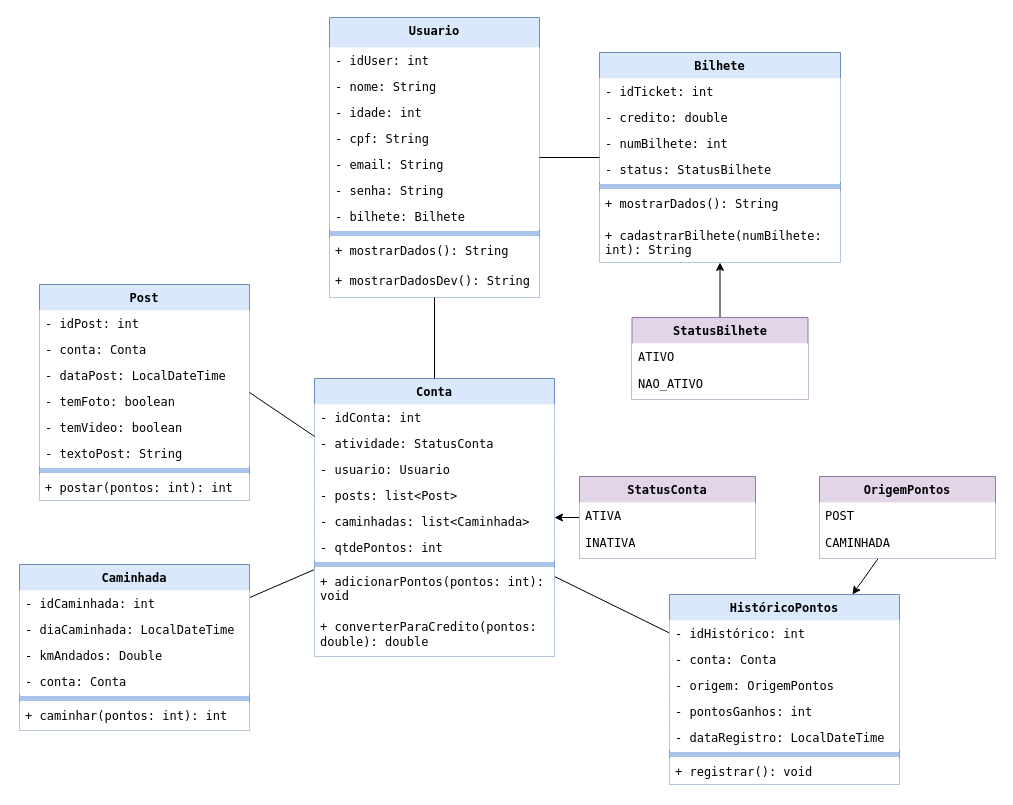
Before: soulpass_project/java_soulpass_diagram.drawio in SoulPass-1TDSPJ/java_soulpass, a draw.io diagram. Source tidied: cells renumbered, new cells numbered last; positions are measured from the earlier drawing's top-left corner, leaving out a move shared by most shapes. Both pictures are drawn from the tidied source at 100%, with x=0, y=0 at pixel (19, 17).
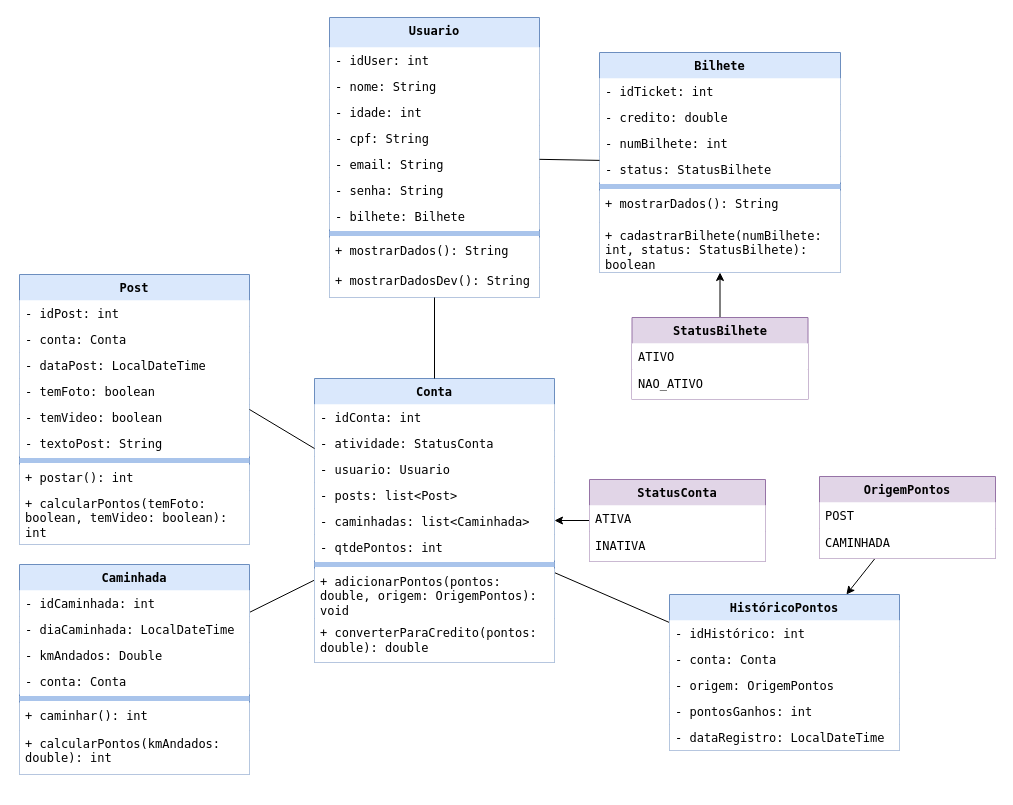
The same page after the edit.

Commit message:
docs: corrigido o diagrama de classes, já que alguns métodos não eram correspondentes ao sistema

What changed in the source:
```diff
@@
     <mxCell id="15" value="Conta" style="swimlane;fontStyle=1;align=center;verticalAlign=top;horizontal=1;startSize=26;whiteSpace=wrap;html=1;fillColor=#dae8fc;strokeColor=#6c8ebf;shadow=0;swimlaneLine=0;rounded=0;fontColor=#000000;fontFamily=Lucida Console;" parent="1" vertex="1">
-      <mxGeometry x="295" y="361" width="240" height="278" as="geometry" />
+      <mxGeometry x="295" y="361" width="240" height="284" as="geometry" />
     </mxCell>
@@
-    <mxCell id="23" value="+ adicionarPontos(pontos: int): void" style="text;strokeColor=none;fillColor=#FFFFFF;align=left;verticalAlign=top;spacingLeft=4;spacingRight=4;overflow=hidden;whiteSpace=wrap;html=1;fontColor=#000000;fontFamily=Lucida Console;" parent="15" vertex="1">
-      <mxGeometry y="190" width="240" height="44" as="geometry" />
+    <mxCell id="23" value="+ adicionarPontos(pontos: double, origem: OrigemPontos): void" style="text;strokeColor=none;fillColor=#FFFFFF;align=left;verticalAlign=top;spacingLeft=4;spacingRight=4;overflow=hidden;whiteSpace=wrap;html=1;fontColor=#000000;fontFamily=Lucida Console;" parent="15" vertex="1">
+      <mxGeometry y="190" width="240" height="50" as="geometry" />
     </mxCell>
     <mxCell id="24" value="+ converterParaCredito(pontos: double): double" style="text;strokeColor=none;fillColor=#FFFFFF;align=left;verticalAlign=middle;spacingLeft=4;spacingRight=4;overflow=hidden;whiteSpace=wrap;html=1;fontColor=#000000;fontFamily=Lucida Console;" parent="15" vertex="1">
-      <mxGeometry y="234" width="240" height="44" as="geometry" />
+      <mxGeometry y="240" width="240" height="44" as="geometry" />
     </mxCell>
@@
     <mxCell id="29" value="Bilhete" style="swimlane;fontStyle=1;align=center;verticalAlign=top;horizontal=1;startSize=26;whiteSpace=wrap;html=1;fillColor=#dae8fc;strokeColor=#6c8ebf;rounded=0;swimlaneLine=0;fontColor=#000000;fontFamily=Lucida Console;" parent="1" vertex="1">
-      <mxGeometry x="580" y="35" width="241" height="210" as="geometry" />
+      <mxGeometry x="580" y="35" width="241" height="220" as="geometry" />
     </mxCell>
@@
-    <mxCell id="36" value="+ cadastrarBilhete(numBilhete: int): String" style="text;strokeColor=none;fillColor=default;align=left;verticalAlign=top;spacingLeft=4;spacingRight=4;overflow=hidden;whiteSpace=wrap;html=1;fontFamily=Lucida Console;fontColor=#000000;" parent="29" vertex="1">
-      <mxGeometry y="170" width="241" height="40" as="geometry" />
+    <mxCell id="36" value="+ cadastrarBilhete(numBilhete: int, status: StatusBilhete): boolean" style="text;strokeColor=none;fillColor=default;align=left;verticalAlign=top;spacingLeft=4;spacingRight=4;overflow=hidden;whiteSpace=wrap;html=1;fontFamily=Lucida Console;fontColor=#000000;" parent="29" vertex="1">
+      <mxGeometry y="170" width="241" height="50" as="geometry" />
     </mxCell>
@@
     <mxCell id="39" value="Post" style="swimlane;fontStyle=1;align=center;verticalAlign=top;horizontal=1;startSize=26;whiteSpace=wrap;html=1;fillColor=#dae8fc;strokeColor=#6c8ebf;shadow=0;swimlaneLine=0;rounded=0;fontColor=#000000;fontFamily=Lucida Console;" parent="1" vertex="1">
-      <mxGeometry x="20" y="267" width="210" height="216" as="geometry" />
+      <mxGeometry y="257" width="230" height="270" as="geometry" />
     </mxCell>
     <mxCell id="40" value="- idPost: int" style="text;align=left;verticalAlign=top;spacingLeft=4;spacingRight=4;overflow=hidden;whiteSpace=wrap;html=1;glass=0;fillColor=#FFFFFF;fontColor=#000000;strokeColor=none;fontFamily=Lucida Console;" parent="39" vertex="1">
-      <mxGeometry y="26" width="210" height="26" as="geometry" />
+      <mxGeometry y="26" width="230" height="26" as="geometry" />
     </mxCell>
     <mxCell id="41" value="- conta: Conta" style="text;align=left;verticalAlign=top;spacingLeft=4;spacingRight=4;overflow=hidden;whiteSpace=wrap;html=1;glass=0;fillColor=#FFFFFF;fontColor=#000000;strokeColor=none;fontFamily=Lucida Console;" parent="39" vertex="1">
-      <mxGeometry y="52" width="210" height="26" as="geometry" />
+      <mxGeometry y="52" width="230" height="26" as="geometry" />
     </mxCell>
     <mxCell id="42" value="- dataPost: LocalDateTime" style="text;align=left;verticalAlign=top;spacingLeft=4;spacingRight=4;overflow=hidden;whiteSpace=wrap;html=1;glass=0;fillColor=#FFFFFF;fontColor=#000000;strokeColor=none;fontFamily=Lucida Console;" parent="39" vertex="1">
-      <mxGeometry y="78" width="210" height="26" as="geometry" />
+      <mxGeometry y="78" width="230" height="26" as="geometry" />
     </mxCell>
     <mxCell id="43" value="- temFoto: boolean" style="text;strokeColor=none;fillColor=#FFFFFF;align=left;verticalAlign=top;spacingLeft=4;spacingRight=4;overflow=hidden;whiteSpace=wrap;html=1;fontColor=#000000;fontFamily=Lucida Console;" parent="39" vertex="1">
-      <mxGeometry y="104" width="210" height="26" as="geometry" />
+      <mxGeometry y="104" width="230" height="26" as="geometry" />
     </mxCell>
     <mxCell id="44" value="- temVideo: boolean" style="text;strokeColor=none;fillColor=#FFFFFF;align=left;verticalAlign=top;spacingLeft=4;spacingRight=4;overflow=hidden;whiteSpace=wrap;html=1;fontColor=#000000;fontFamily=Lucida Console;" parent="39" vertex="1">
-      <mxGeometry y="130" width="210" height="26" as="geometry" />
+      <mxGeometry y="130" width="230" height="26" as="geometry" />
     </mxCell>
     <mxCell id="45" value="- textoPost: String" style="text;strokeColor=none;fillColor=#FFFFFF;align=left;verticalAlign=top;spacingLeft=4;spacingRight=4;overflow=hidden;whiteSpace=wrap;html=1;fontColor=#000000;fontFamily=Lucida Console;" parent="39" vertex="1">
-      <mxGeometry y="156" width="210" height="26" as="geometry" />
+      <mxGeometry y="156" width="230" height="26" as="geometry" />
     </mxCell>
     <mxCell id="46" style="line;strokeWidth=5;fillColor=none;align=left;verticalAlign=middle;spacingTop=-1;spacingLeft=3;spacingRight=3;labelPosition=right;strokeColor=#A9C4EB;" parent="39" vertex="1">
-      <mxGeometry y="182" width="210" height="8" as="geometry" />
+      <mxGeometry y="182" width="230" height="8" as="geometry" />
     </mxCell>
-    <mxCell id="47" value="+ postar(pontos: int): int" style="text;strokeColor=none;fillColor=#FFFFFF;align=left;verticalAlign=top;spacingLeft=4;spacingRight=4;overflow=hidden;whiteSpace=wrap;html=1;fontColor=#000000;fontFamily=Lucida Console;" parent="39" vertex="1">
-      <mxGeometry y="190" width="210" height="26" as="geometry" />
+    <mxCell id="47" value="+ postar(): int" style="text;strokeColor=none;fillColor=#FFFFFF;align=left;verticalAlign=top;spacingLeft=4;spacingRight=4;overflow=hidden;whiteSpace=wrap;html=1;fontColor=#000000;fontFamily=Lucida Console;" parent="39" vertex="1">
+      <mxGeometry y="190" width="230" height="26" as="geometry" />
     </mxCell>
+    <mxCell id="72" value="+ calcularPontos(temFoto:&amp;nbsp; boolean, temVideo: boolean): int" style="text;strokeColor=none;fillColor=#FFFFFF;align=left;verticalAlign=top;spacingLeft=4;spacingRight=4;overflow=hidden;whiteSpace=wrap;html=1;fontColor=#000000;fontFamily=Lucida Console;" parent="39" vertex="1">
+      <mxGeometry y="216" width="230" height="54" as="geometry" />
+    </mxCell>
     <mxCell id="48" value="Caminhada" style="swimlane;fontStyle=1;align=center;verticalAlign=top;horizontal=1;startSize=26;whiteSpace=wrap;html=1;fillColor=#dae8fc;strokeColor=#6c8ebf;shadow=0;swimlaneLine=0;rounded=0;fontColor=#000000;fontFamily=Lucida Console;" parent="1" vertex="1">
-      <mxGeometry y="547" width="230" height="166" as="geometry" />
+      <mxGeometry y="547" width="230" height="210" as="geometry" />
     </mxCell>
@@
-    <mxCell id="54" value="+ caminhar(pontos: int): int" style="text;strokeColor=none;fillColor=#FFFFFF;align=left;verticalAlign=top;spacingLeft=4;spacingRight=4;overflow=hidden;whiteSpace=wrap;html=1;fontColor=#000000;fontFamily=Lucida Console;" parent="48" vertex="1">
+    <mxCell id="54" value="+ caminhar(): int" style="text;strokeColor=none;fillColor=#FFFFFF;align=left;verticalAlign=top;spacingLeft=4;spacingRight=4;overflow=hidden;whiteSpace=wrap;html=1;fontColor=#000000;fontFamily=Lucida Console;" parent="48" vertex="1">
       <mxGeometry y="138" width="230" height="28" as="geometry" />
     </mxCell>
+    <mxCell id="73" value="+ calcularPontos(kmAndados: double): int" style="text;strokeColor=none;fillColor=#FFFFFF;align=left;verticalAlign=top;spacingLeft=4;spacingRight=4;overflow=hidden;whiteSpace=wrap;html=1;fontColor=#000000;fontFamily=Lucida Console;" parent="48" vertex="1">
+      <mxGeometry y="166" width="230" height="44" as="geometry" />
+    </mxCell>
@@
     <mxCell id="57" value="StatusConta" style="swimlane;fontStyle=1;align=center;verticalAlign=top;horizontal=1;startSize=26;whiteSpace=wrap;html=1;fillColor=#e1d5e7;strokeColor=#9673a6;swimlaneLine=0;fontColor=#000000;fontFamily=Lucida Console;" parent="1" vertex="1">
-      <mxGeometry x="560" y="459" width="176" height="82" as="geometry" />
+      <mxGeometry x="570" y="462" width="176" height="82" as="geometry" />
     </mxCell>
@@
     <mxCell id="64" value="HistóricoPontos" style="swimlane;fontStyle=1;align=center;verticalAlign=top;horizontal=1;startSize=26;whiteSpace=wrap;html=1;fillColor=#dae8fc;strokeColor=#6c8ebf;shadow=0;swimlaneLine=0;rounded=0;fontColor=#000000;fontFamily=Lucida Console;" parent="1" vertex="1">
-      <mxGeometry x="650" y="577" width="230" height="190" as="geometry" />
+      <mxGeometry x="650" y="577" width="230" height="156" as="geometry" />
     </mxCell>
@@
-    <mxCell id="70" style="line;strokeWidth=5;fillColor=none;align=left;verticalAlign=middle;spacingTop=-1;spacingLeft=3;spacingRight=3;labelPosition=right;strokeColor=#A9C4EB;" parent="64" vertex="1">
-      <mxGeometry y="156" width="230" height="8" as="geometry" />
-    </mxCell>
-    <mxCell id="71" value="+ registrar(): void" style="text;strokeColor=none;fillColor=#FFFFFF;align=left;verticalAlign=top;spacingLeft=4;spacingRight=4;overflow=hidden;whiteSpace=wrap;html=1;fontColor=#000000;fontFamily=Lucida Console;" parent="64" vertex="1">
-      <mxGeometry y="164" width="230" height="26" as="geometry" />
-    </mxCell>
```
